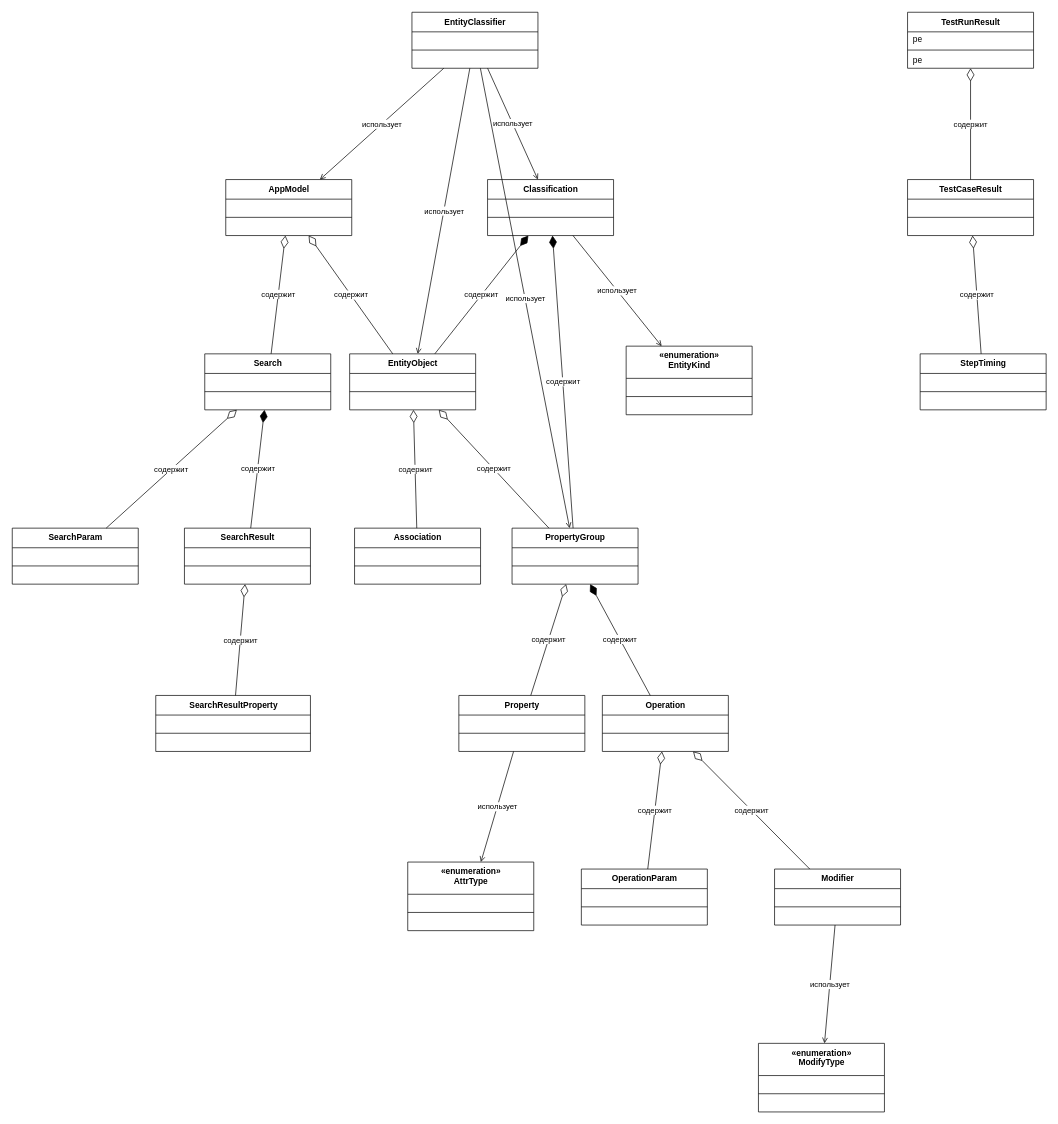
This is page "Рис.40 Model (исходная)" (7 of 18) of VKR_class_diagrams.drawio from nastolbov/diplom23, a draw.io file, before an edit. Source tidied: cells renumbered, new cells numbered last; positions are measured from the earlier drawing's top-left corner, leaving out a move shared by most shapes. Both pictures are drawn from the tidied source at 70%, with x=0, y=0 at pixel (12, 12).
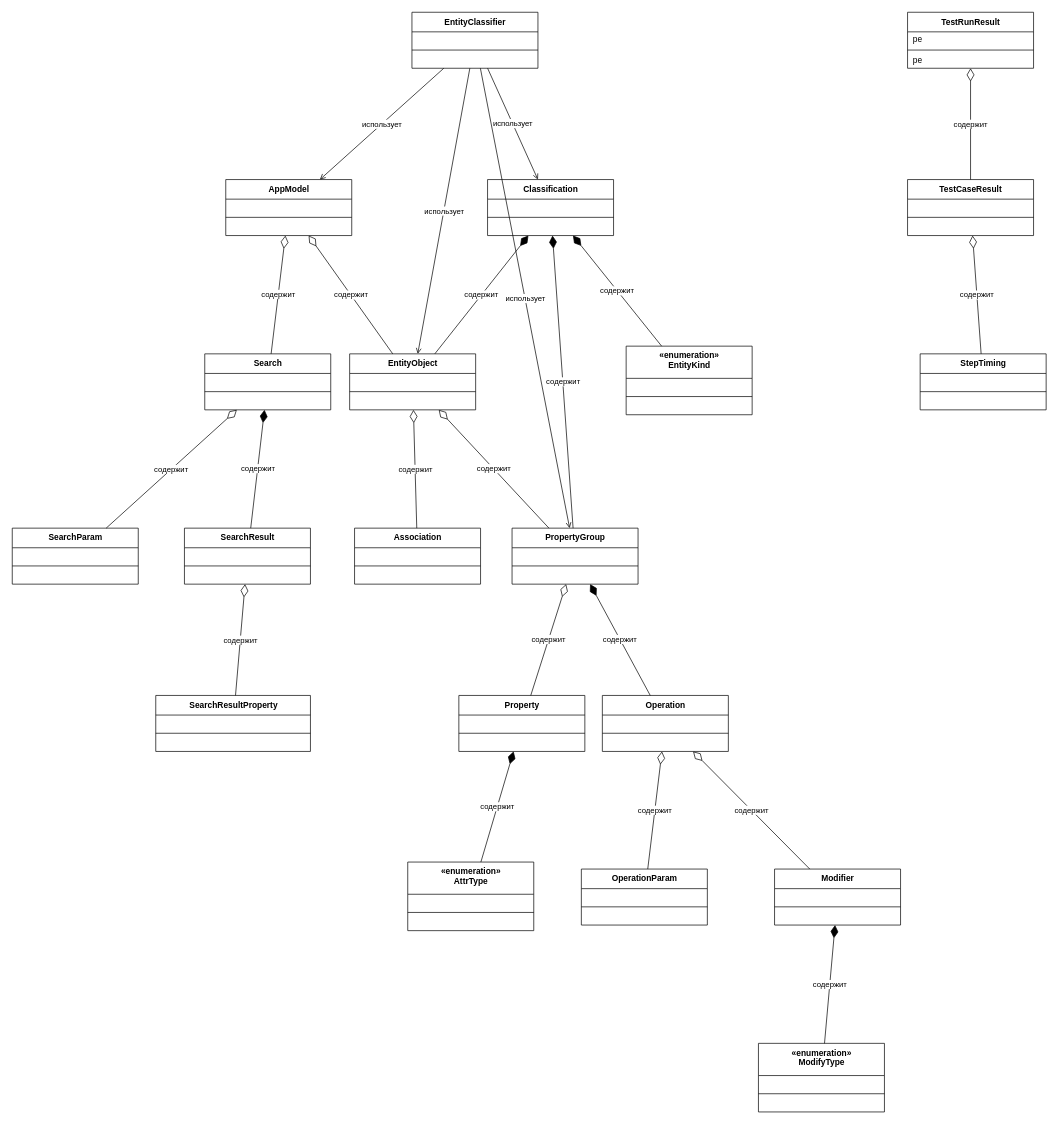
The same page after the edit.

The change refers to these unchanged cells:
```xml
<mxCell id="14" value="Classification" style="swimlane;html=1;fontStyle=1;align=center;verticalAlign=top;horizontal=1;startSize=28;" parent="1" vertex="1">
  <mxGeometry x="679" y="239" width="180" height="80" as="geometry" />
</mxCell>
<mxCell id="22" value="«enumeration»&lt;br&gt;EntityKind" style="swimlane;html=1;fontStyle=1;align=center;verticalAlign=top;horizontal=1;startSize=46;" parent="1" vertex="1">
  <mxGeometry x="877" y="477" width="180" height="98" as="geometry" />
</mxCell>
<mxCell id="58" value="Property" style="swimlane;html=1;fontStyle=1;align=center;verticalAlign=top;horizontal=1;startSize=28;" parent="1" vertex="1">
  <mxGeometry x="638" y="976" width="180" height="80" as="geometry" />
</mxCell>
<mxCell id="66" value="«enumeration»&lt;br&gt;AttrType" style="swimlane;html=1;fontStyle=1;align=center;verticalAlign=top;horizontal=1;startSize=46;" parent="1" vertex="1">
  <mxGeometry x="565" y="1214" width="180" height="98" as="geometry" />
</mxCell>
<mxCell id="74" value="Modifier" style="swimlane;html=1;fontStyle=1;align=center;verticalAlign=top;horizontal=1;startSize=28;" parent="1" vertex="1">
  <mxGeometry x="1089" y="1224" width="180" height="80" as="geometry" />
</mxCell>
<mxCell id="78" value="«enumeration»&lt;br&gt;ModifyType" style="swimlane;html=1;fontStyle=1;align=center;verticalAlign=top;horizontal=1;startSize=46;" parent="1" vertex="1">
  <mxGeometry x="1066" y="1473" width="180" height="98" as="geometry" />
</mxCell>
```

The edit, as a diff of the source:
```diff
@@
-    <mxCell id="90" value="использует" style="html=1;endArrow=open;startArrow=none;rounded=0;" parent="1" edge="1" source="14" target="22">
+    <mxCell id="90" value="содержит" style="html=1;endArrow=none;startArrow=diamondThin;startFill=1;startSize=16;rounded=0;" parent="1" edge="1" source="14" target="22">
       <mxGeometry relative="1" as="geometry" />
     </mxCell>
@@
-    <mxCell id="98" value="использует" style="html=1;endArrow=open;startArrow=none;rounded=0;" parent="1" edge="1" source="58" target="66">
+    <mxCell id="98" value="содержит" style="html=1;endArrow=none;startArrow=diamondThin;startFill=1;startSize=16;rounded=0;" parent="1" edge="1" source="58" target="66">
       <mxGeometry relative="1" as="geometry" />
     </mxCell>
@@
-    <mxCell id="101" value="использует" style="html=1;endArrow=open;startArrow=none;rounded=0;" parent="1" edge="1" source="74" target="78">
+    <mxCell id="101" value="содержит" style="html=1;endArrow=none;startArrow=diamondThin;startFill=1;startSize=16;rounded=0;" parent="1" edge="1" source="74" target="78">
       <mxGeometry relative="1" as="geometry" />
     </mxCell>
```
